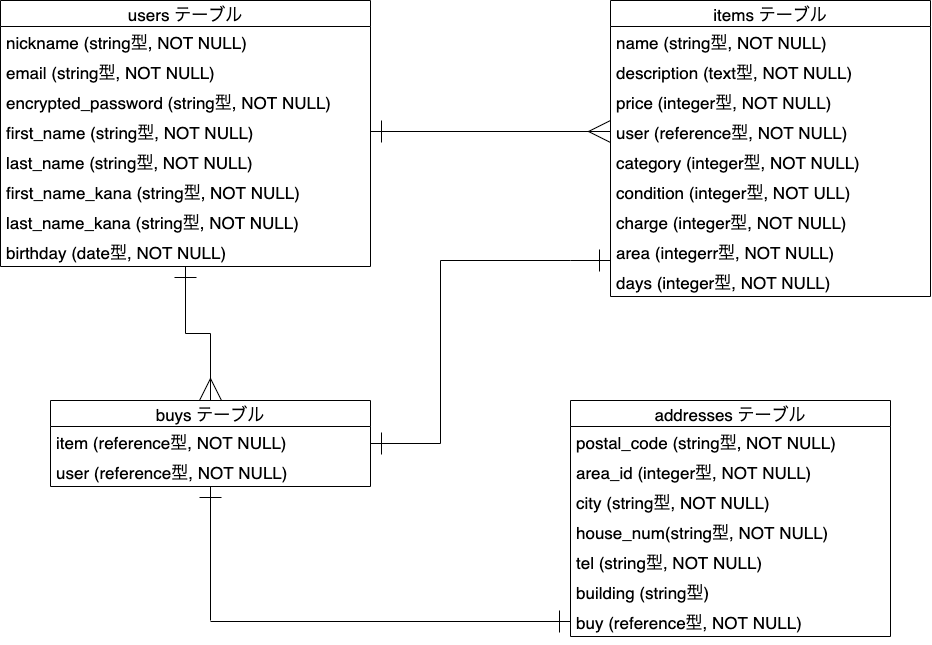
This is database.drawio.png from kos-san/furima-30536, a draw.io export, as it was before one commit. Source tidied: cells renumbered, new cells last; positions are measured from the earlier drawing's top-left corner, leaving out a move shared by most shapes.
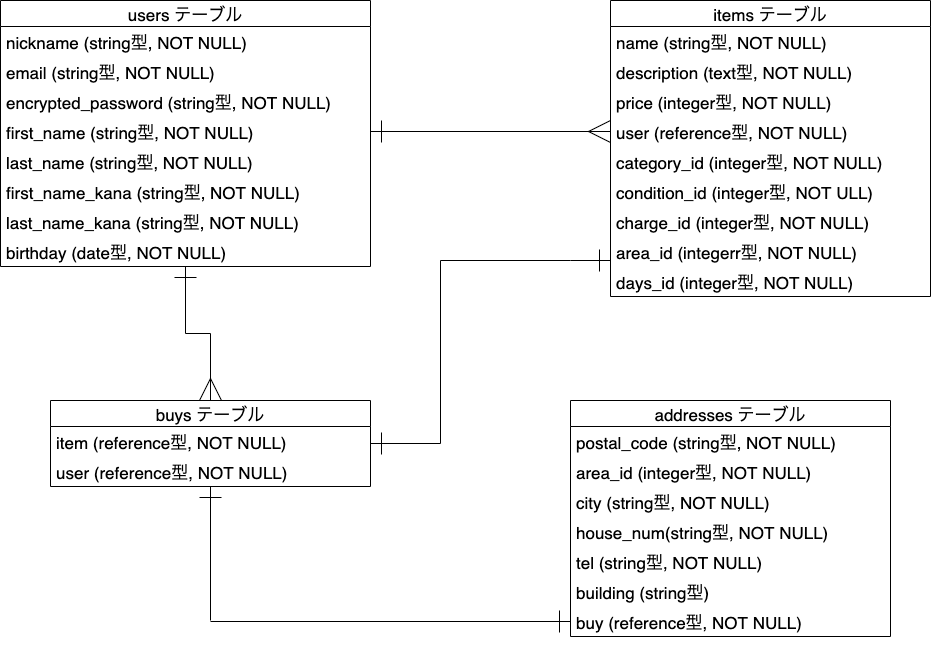
After the commit.

Commit message:
データベース設計の修正

Diff of the diagram source:
```diff
@@ -53,19 +53,19 @@
     <mxCell id="16" value="user (reference型, NOT NULL)" style="text;strokeColor=none;fillColor=none;spacingLeft=4;spacingRight=4;overflow=hidden;points=[[0,0.5],[1,0.5]];portConstraint=eastwest;fontSize=17;" parent="12" vertex="1">
       <mxGeometry y="116" width="320" height="30" as="geometry" />
     </mxCell>
-    <mxCell id="17" value="category (integer型, NOT NULL)" style="text;strokeColor=none;fillColor=none;spacingLeft=4;spacingRight=4;overflow=hidden;fontSize=17;" parent="12" vertex="1">
+    <mxCell id="17" value="category_id (integer型, NOT NULL)" style="text;strokeColor=none;fillColor=none;spacingLeft=4;spacingRight=4;overflow=hidden;fontSize=17;" parent="12" vertex="1">
       <mxGeometry y="146" width="320" height="30" as="geometry" />
     </mxCell>
-    <mxCell id="18" value="condition (integer型, NOT ULL)" style="text;strokeColor=none;fillColor=none;spacingLeft=4;spacingRight=4;overflow=hidden;fontSize=17;" parent="12" vertex="1">
+    <mxCell id="18" value="condition_id (integer型, NOT ULL)" style="text;strokeColor=none;fillColor=none;spacingLeft=4;spacingRight=4;overflow=hidden;fontSize=17;" parent="12" vertex="1">
       <mxGeometry y="176" width="320" height="30" as="geometry" />
     </mxCell>
-    <mxCell id="19" value="charge (integer型, NOT NULL)" style="text;strokeColor=none;fillColor=none;spacingLeft=4;spacingRight=4;overflow=hidden;fontSize=17;" parent="12" vertex="1">
+    <mxCell id="19" value="charge_id (integer型, NOT NULL)" style="text;strokeColor=none;fillColor=none;spacingLeft=4;spacingRight=4;overflow=hidden;fontSize=17;" parent="12" vertex="1">
       <mxGeometry y="206" width="320" height="30" as="geometry" />
     </mxCell>
-    <mxCell id="20" value="area (integerr型, NOT NULL)" style="text;strokeColor=none;fillColor=none;spacingLeft=4;spacingRight=4;overflow=hidden;fontSize=17;" parent="12" vertex="1">
+    <mxCell id="20" value="area_id (integerr型, NOT NULL)" style="text;strokeColor=none;fillColor=none;spacingLeft=4;spacingRight=4;overflow=hidden;fontSize=17;" parent="12" vertex="1">
       <mxGeometry y="236" width="320" height="30" as="geometry" />
     </mxCell>
-    <mxCell id="21" value="days (integer型, NOT NULL)" style="text;strokeColor=none;fillColor=none;spacingLeft=4;spacingRight=4;overflow=hidden;fontSize=17;" parent="12" vertex="1">
+    <mxCell id="21" value="days_id (integer型, NOT NULL)" style="text;strokeColor=none;fillColor=none;spacingLeft=4;spacingRight=4;overflow=hidden;fontSize=17;" parent="12" vertex="1">
       <mxGeometry y="266" width="320" height="30" as="geometry" />
     </mxCell>
     <mxCell id="22" style="edgeStyle=none;rounded=0;jettySize=auto;html=1;entryX=0;entryY=0.5;entryDx=0;entryDy=0;fontSize=12;endArrow=ERmany;endFill=0;startArrow=ERone;startFill=0;strokeWidth=1;jumpSize=18;endSize=20;startSize=20;" parent="1" edge="1" source="6" target="16">
```
